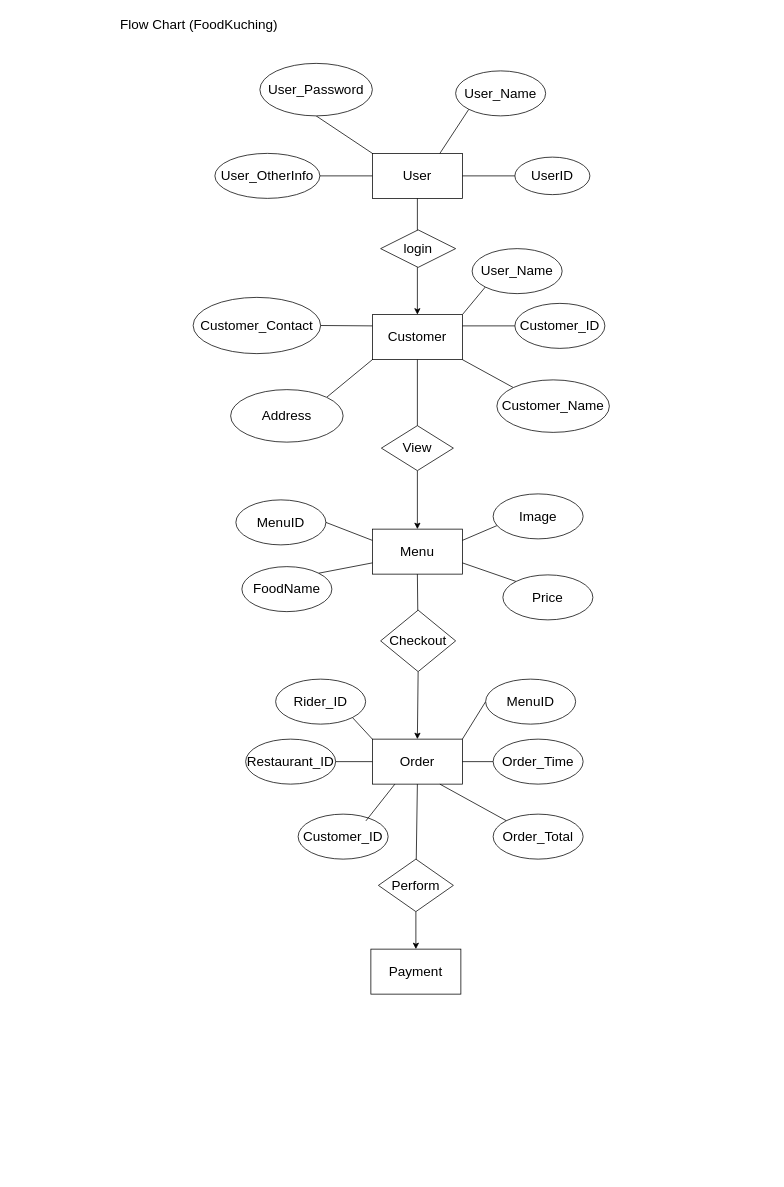
This is FoodKuching_Flowchart.drawio from AmirAini/BackEndDay1, a draw.io file, before an edit. Source tidied: cells renumbered, new cells numbered last; positions are measured from the earlier drawing's top-left corner, leaving out a move shared by most shapes. Both pictures are drawn from the tidied source at 75%, with x=0, y=0 at pixel (79, 13).
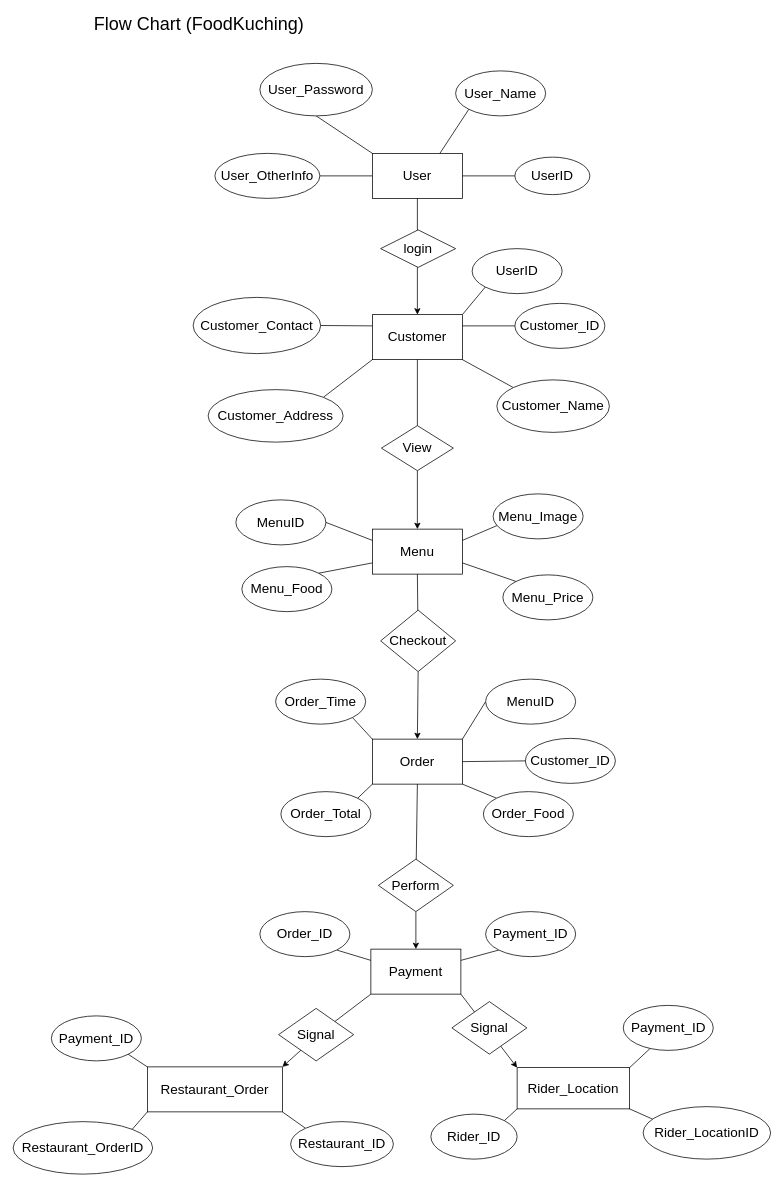
After the change.

The change refers to these unchanged cells:
```xml
<mxCell id="38" value="Order" style="rounded=0;whiteSpace=wrap;html=1;fontSize=18;" parent="1" vertex="1">
  <mxGeometry x="391" y="968" width="120" height="60" as="geometry" />
</mxCell>
<mxCell id="56" value="Payment" style="rounded=0;whiteSpace=wrap;html=1;fontSize=18;" parent="1" vertex="1">
  <mxGeometry x="389" y="1248" width="120" height="60" as="geometry" />
</mxCell>
```

The edit, as a diff of the source:
```diff
@@
-    <mxCell id="2" value="&lt;font style=&quot;font-size: 18px&quot;&gt;Flow Chart (FoodKuching)&lt;/font&gt;" style="text;html=1;strokeColor=none;fillColor=none;align=center;verticalAlign=middle;whiteSpace=wrap;rounded=0;" parent="1" vertex="1">
+    <mxCell id="2" value="&lt;font style=&quot;font-size: 24px&quot;&gt;Flow Chart (FoodKuching)&lt;/font&gt;" style="text;html=1;strokeColor=none;fillColor=none;align=center;verticalAlign=middle;whiteSpace=wrap;rounded=0;" parent="1" vertex="1">
       <mxGeometry width="320" height="30" as="geometry" />
     </mxCell>
@@
-    <mxCell id="20" value="Address" style="ellipse;whiteSpace=wrap;html=1;fontSize=18;" parent="1" vertex="1">
-      <mxGeometry x="202" y="502" width="150" height="70" as="geometry" />
+    <mxCell id="20" value="Customer_Address" style="ellipse;whiteSpace=wrap;html=1;fontSize=18;" parent="1" vertex="1">
+      <mxGeometry x="172" y="502" width="180" height="70" as="geometry" />
     </mxCell>
@@
-    <mxCell id="30" value="Price" style="ellipse;whiteSpace=wrap;html=1;fontSize=18;" parent="1" vertex="1">
+    <mxCell id="30" value="Menu_Price" style="ellipse;whiteSpace=wrap;html=1;fontSize=18;" parent="1" vertex="1">
       <mxGeometry x="565" y="749" width="120" height="60" as="geometry" />
     </mxCell>
-    <mxCell id="31" value="Image" style="ellipse;whiteSpace=wrap;html=1;fontSize=18;" parent="1" vertex="1">
+    <mxCell id="31" value="Menu_Image" style="ellipse;whiteSpace=wrap;html=1;fontSize=18;" parent="1" vertex="1">
       <mxGeometry x="552" y="641" width="120" height="60" as="geometry" />
     </mxCell>
@@
-    <mxCell id="34" value="User_Name" style="ellipse;whiteSpace=wrap;html=1;fontSize=18;" parent="1" vertex="1">
+    <mxCell id="34" value="UserID" style="ellipse;whiteSpace=wrap;html=1;fontSize=18;" parent="1" vertex="1">
       <mxGeometry x="524" y="314" width="120" height="60" as="geometry" />
     </mxCell>
@@
-    <mxCell id="40" style="endArrow=none;html=1;rounded=0;fontSize=18;exitX=1;exitY=0.5;exitDx=0;exitDy=0;entryX=0;entryY=0.5;entryDx=0;entryDy=0;" parent="1" edge="1" source="38" target="44">
-      <mxGeometry relative="1" as="geometry" />
-    </mxCell>
-    <mxCell id="41" value="FoodName" style="ellipse;whiteSpace=wrap;html=1;fontSize=18;" parent="1" vertex="1">
+    <mxCell id="41" value="Menu_Food" style="ellipse;whiteSpace=wrap;html=1;fontSize=18;" parent="1" vertex="1">
       <mxGeometry x="217" y="738" width="120" height="60" as="geometry" />
     </mxCell>
@@
-    <mxCell id="44" value="Order_Time" style="ellipse;whiteSpace=wrap;html=1;fontSize=18;" parent="1" vertex="1">
-      <mxGeometry x="552" y="968" width="120" height="60" as="geometry" />
-    </mxCell>
     <mxCell id="45" value="Order_Total" style="ellipse;whiteSpace=wrap;html=1;fontSize=18;" parent="1" vertex="1">
-      <mxGeometry x="552" y="1068" width="120" height="60" as="geometry" />
+      <mxGeometry x="269" y="1038" width="120" height="60" as="geometry" />
     </mxCell>
-    <mxCell id="46" style="endArrow=none;html=1;rounded=0;fontSize=18;exitX=0.75;exitY=1;exitDx=0;exitDy=0;entryX=0;entryY=0;entryDx=0;entryDy=0;" parent="1" edge="1" source="38" target="45">
+    <mxCell id="46" style="endArrow=none;html=1;rounded=0;fontSize=18;exitX=0;exitY=1;exitDx=0;exitDy=0;entryX=1;entryY=0;entryDx=0;entryDy=0;" parent="1" edge="1" source="38" target="45">
       <mxGeometry relative="1" as="geometry" />
     </mxCell>
     <mxCell id="47" value="Customer_ID" style="ellipse;whiteSpace=wrap;html=1;fontSize=18;" parent="1" vertex="1">
-      <mxGeometry x="292" y="1068" width="120" height="60" as="geometry" />
+      <mxGeometry x="595" y="967" width="120" height="60" as="geometry" />
     </mxCell>
-    <mxCell id="48" value="Restaurant_ID" style="ellipse;whiteSpace=wrap;html=1;fontSize=18;" parent="1" vertex="1">
-      <mxGeometry x="222" y="968" width="120" height="60" as="geometry" />
-    </mxCell>
-    <mxCell id="49" value="Rider_ID" style="ellipse;whiteSpace=wrap;html=1;fontSize=18;" parent="1" vertex="1">
+    <mxCell id="49" value="Order_Time" style="ellipse;whiteSpace=wrap;html=1;fontSize=18;" parent="1" vertex="1">
       <mxGeometry x="262" y="888" width="120" height="60" as="geometry" />
     </mxCell>
-    <mxCell id="50" style="endArrow=none;html=1;rounded=0;fontSize=18;exitX=0.753;exitY=0.15;exitDx=0;exitDy=0;entryX=0.25;entryY=1;entryDx=0;entryDy=0;exitPerimeter=0;" parent="1" edge="1" source="47" target="38">
+    <mxCell id="50" style="endArrow=none;html=1;rounded=0;fontSize=18;exitX=0;exitY=0.5;exitDx=0;exitDy=0;entryX=1;entryY=0.5;entryDx=0;entryDy=0;" parent="1" edge="1" source="47" target="38">
       <mxGeometry relative="1" as="geometry" />
     </mxCell>
-    <mxCell id="51" style="endArrow=none;html=1;rounded=0;fontSize=18;exitX=1;exitY=0.5;exitDx=0;exitDy=0;entryX=0;entryY=0.5;entryDx=0;entryDy=0;" parent="1" edge="1" source="48" target="38">
-      <mxGeometry relative="1" as="geometry" />
-    </mxCell>
@@
+    <mxCell id="57" style="endArrow=none;html=1;rounded=0;fontSize=24;exitX=1;exitY=0.25;exitDx=0;exitDy=0;entryX=0;entryY=1;entryDx=0;entryDy=0;" parent="1" edge="1" source="56" target="60">
+      <mxGeometry relative="1" as="geometry" />
+    </mxCell>
+    <mxCell id="58" style="endArrow=none;html=1;rounded=0;fontSize=24;exitX=0;exitY=0.25;exitDx=0;exitDy=0;entryX=1;entryY=1;entryDx=0;entryDy=0;" parent="1" edge="1" source="56" target="59">
+      <mxGeometry relative="1" as="geometry" />
+    </mxCell>
+    <mxCell id="59" value="Order_ID" style="ellipse;whiteSpace=wrap;html=1;fontSize=18;" parent="1" vertex="1">
+      <mxGeometry x="241" y="1198" width="120" height="60" as="geometry" />
+    </mxCell>
+    <mxCell id="60" value="Payment_ID" style="ellipse;whiteSpace=wrap;html=1;fontSize=18;" parent="1" vertex="1">
+      <mxGeometry x="542" y="1198" width="120" height="60" as="geometry" />
+    </mxCell>
+    <mxCell id="61" value="Restaurant_Order" style="rounded=0;whiteSpace=wrap;html=1;fontSize=18;" parent="1" vertex="1">
+      <mxGeometry x="91" y="1405" width="180" height="60" as="geometry" />
+    </mxCell>
+    <mxCell id="62" style="endArrow=none;html=1;rounded=0;fontSize=24;exitX=1;exitY=1;exitDx=0;exitDy=0;entryX=0;entryY=0;entryDx=0;entryDy=0;" parent="1" edge="1" source="38" target="63">
+      <mxGeometry relative="1" as="geometry" />
+    </mxCell>
+    <mxCell id="63" value="Order_Food" style="ellipse;whiteSpace=wrap;html=1;fontSize=18;" parent="1" vertex="1">
+      <mxGeometry x="539" y="1038" width="120" height="60" as="geometry" />
+    </mxCell>
+    <mxCell id="64" value="Rider_Location" style="rounded=0;whiteSpace=wrap;html=1;fontSize=18;" parent="1" vertex="1">
+      <mxGeometry x="584" y="1406" width="150" height="55" as="geometry" />
+    </mxCell>
+    <mxCell id="65" style="endArrow=classic;html=1;rounded=0;fontSize=24;exitX=1;exitY=1;exitDx=0;exitDy=0;entryX=0;entryY=0;entryDx=0;entryDy=0;" parent="1" edge="1" source="56" target="64">
+      <mxGeometry relative="1" as="geometry" />
+    </mxCell>
+    <mxCell id="66" style="endArrow=classic;html=1;rounded=0;fontSize=24;exitX=0;exitY=1;exitDx=0;exitDy=0;entryX=1;entryY=0;entryDx=0;entryDy=0;startArrow=none;" parent="1" edge="1" target="61">
+      <mxGeometry relative="1" as="geometry">
+        <mxPoint x="296" y="1382.5" as="sourcePoint" />
+      </mxGeometry>
+    </mxCell>
+    <mxCell id="67" value="Signal" style="rhombus;whiteSpace=wrap;html=1;fontSize=18;" parent="1" vertex="1">
+      <mxGeometry x="266" y="1327" width="100" height="70" as="geometry" />
+    </mxCell>
+    <mxCell id="68" style="endArrow=none;html=1;rounded=0;fontSize=24;exitX=0;exitY=1;exitDx=0;exitDy=0;entryX=1;entryY=0;entryDx=0;entryDy=0;" parent="1" edge="1" source="56" target="67">
+      <mxGeometry relative="1" as="geometry" />
+    </mxCell>
+    <mxCell id="69" value="Signal" style="rhombus;whiteSpace=wrap;html=1;fontSize=18;" parent="1" vertex="1">
+      <mxGeometry x="497" y="1318" width="100" height="70" as="geometry" />
+    </mxCell>
+    <mxCell id="70" style="endArrow=none;html=1;rounded=0;fontSize=24;exitX=1;exitY=0;exitDx=0;exitDy=0;entryX=0.297;entryY=0.961;entryDx=0;entryDy=0;entryPerimeter=0;" parent="1" edge="1" source="64" target="72">
+      <mxGeometry relative="1" as="geometry" />
+    </mxCell>
+    <mxCell id="71" style="endArrow=none;html=1;rounded=0;fontSize=24;exitX=1;exitY=1;exitDx=0;exitDy=0;" parent="1" edge="1" source="64">
+      <mxGeometry relative="1" as="geometry">
+        <mxPoint x="772" y="1478" as="targetPoint" />
+      </mxGeometry>
+    </mxCell>
+    <mxCell id="72" value="Payment_ID" style="ellipse;whiteSpace=wrap;html=1;fontSize=18;" parent="1" vertex="1">
+      <mxGeometry x="725.5" y="1323" width="120" height="60" as="geometry" />
+    </mxCell>
+    <mxCell id="73" value="Payment_ID" style="ellipse;whiteSpace=wrap;html=1;fontSize=18;" parent="1" vertex="1">
+      <mxGeometry x="-37" y="1337" width="120" height="60" as="geometry" />
+    </mxCell>
+    <mxCell id="74" style="endArrow=none;html=1;rounded=0;fontSize=24;exitX=0;exitY=0;exitDx=0;exitDy=0;entryX=1;entryY=1;entryDx=0;entryDy=0;" parent="1" edge="1" source="61" target="73">
+      <mxGeometry relative="1" as="geometry" />
+    </mxCell>
+    <mxCell id="75" value="Rider_LocationID" style="ellipse;whiteSpace=wrap;html=1;fontSize=18;" parent="1" vertex="1">
+      <mxGeometry x="752" y="1458" width="170" height="70" as="geometry" />
+    </mxCell>
+    <mxCell id="76" value="Rider_ID" style="ellipse;whiteSpace=wrap;html=1;fontSize=18;" parent="1" vertex="1">
+      <mxGeometry x="469" y="1468" width="115" height="60" as="geometry" />
+    </mxCell>
+    <mxCell id="77" style="endArrow=none;html=1;rounded=0;fontSize=24;exitX=0;exitY=1;exitDx=0;exitDy=0;entryX=1;entryY=0;entryDx=0;entryDy=0;" parent="1" edge="1" source="64" target="76">
+      <mxGeometry relative="1" as="geometry" />
+    </mxCell>
+    <mxCell id="78" value="Restaurant_OrderID" style="ellipse;whiteSpace=wrap;html=1;fontSize=18;" parent="1" vertex="1">
+      <mxGeometry x="-88" y="1478" width="186" height="70" as="geometry" />
+    </mxCell>
+    <mxCell id="79" style="endArrow=none;html=1;rounded=0;fontSize=24;exitX=0;exitY=1;exitDx=0;exitDy=0;entryX=1;entryY=0;entryDx=0;entryDy=0;" parent="1" edge="1" source="61" target="78">
+      <mxGeometry relative="1" as="geometry" />
+    </mxCell>
+    <mxCell id="80" style="endArrow=none;html=1;rounded=0;fontSize=24;exitX=1;exitY=1;exitDx=0;exitDy=0;" parent="1" edge="1" source="61">
+      <mxGeometry relative="1" as="geometry">
+        <mxPoint x="302" y="1487" as="targetPoint" />
+      </mxGeometry>
+    </mxCell>
+    <mxCell id="48" value="Restaurant_ID" style="ellipse;whiteSpace=wrap;html=1;fontSize=18;" parent="1" vertex="1">
+      <mxGeometry x="282" y="1478" width="137" height="60" as="geometry" />
+    </mxCell>
```
